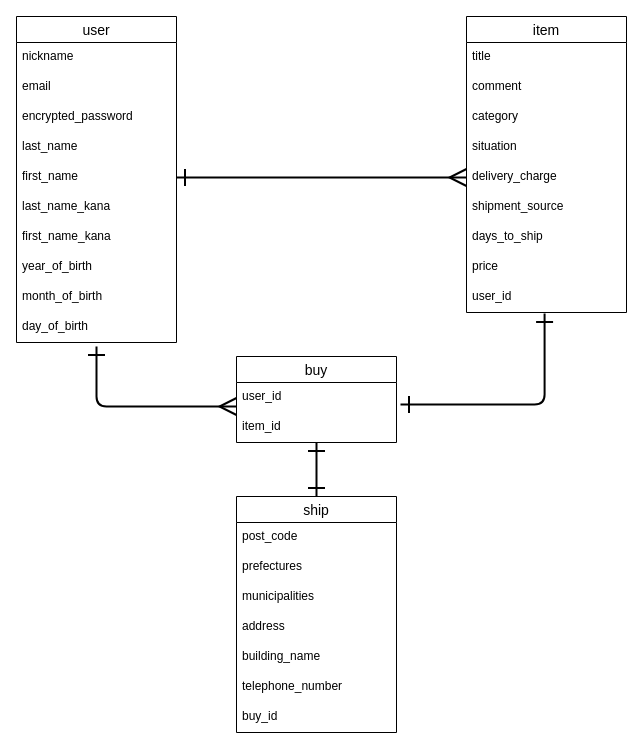
The draw.io diagram test.dio in murakami-m/furima-37299, before the edit. Source tidied: cells renumbered, new cells numbered last; positions are measured from the earlier drawing's top-left corner, leaving out a move shared by most shapes. Both pictures are drawn from the tidied source at 100%, with x=0, y=0 at pixel (16, 16).
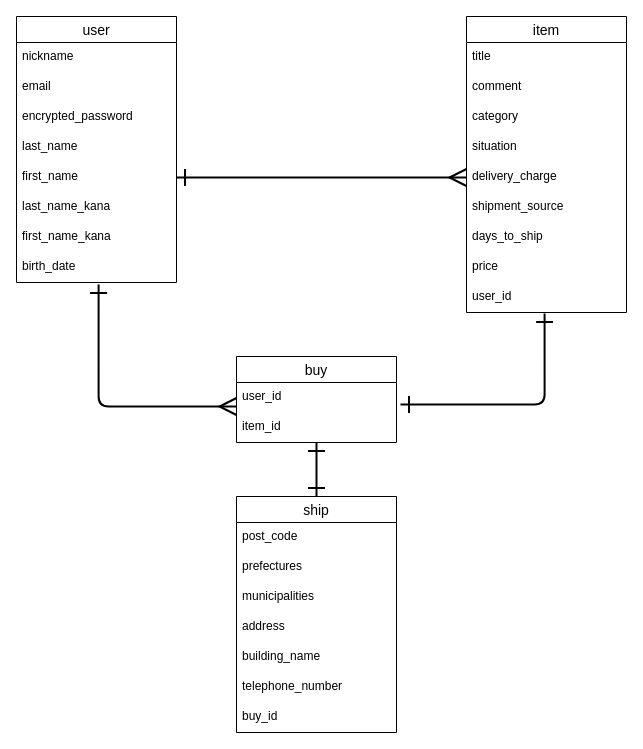
The same diagram, later.

Commit message (it also covers changes not shown here):
テーブル設計を修正

Change to the diagram source:
```diff
@@
     <mxCell id="2" value="user" style="swimlane;fontStyle=0;horizontal=1;startSize=26;align=center;fontSize=14;" parent="1" vertex="1">
-      <mxGeometry width="160" height="326" as="geometry" />
+      <mxGeometry width="160" height="266" as="geometry" />
     </mxCell>
@@
-    <mxCell id="10" value="year_of_birth" style="text;strokeColor=none;fillColor=none;spacingLeft=4;spacingRight=4;overflow=hidden;points=[[0,0.5],[1,0.5]];portConstraint=eastwest;fontSize=12;" parent="2" vertex="1">
+    <mxCell id="10" value="birth_date" style="text;strokeColor=none;fillColor=none;spacingLeft=4;spacingRight=4;overflow=hidden;points=[[0,0.5],[1,0.5]];portConstraint=eastwest;fontSize=12;" parent="2" vertex="1">
       <mxGeometry y="236" width="160" height="30" as="geometry" />
     </mxCell>
-    <mxCell id="11" value="month_of_birth" style="text;strokeColor=none;fillColor=none;spacingLeft=4;spacingRight=4;overflow=hidden;fontSize=12;" parent="2" vertex="1">
-      <mxGeometry y="266" width="160" height="30" as="geometry" />
-    </mxCell>
-    <mxCell id="12" value="day_of_birth" style="text;strokeColor=none;fillColor=none;spacingLeft=4;spacingRight=4;overflow=hidden;points=[[0,0.5],[1,0.5]];portConstraint=eastwest;fontSize=12;" parent="2" vertex="1">
-      <mxGeometry y="296" width="160" height="30" as="geometry" />
-    </mxCell>
@@
-    <mxCell id="35" style="fontSize=12;html=1;endArrow=ERmany;startArrow=ERone;startSize=14;endSize=14;strokeWidth=2;exitX=0.5;exitY=1.133;exitDx=0;exitDy=0;exitPerimeter=0;startFill=0;endFill=0;elbow=vertical;edgeStyle=orthogonalEdgeStyle;" parent="1" edge="1" source="12">
+    <mxCell id="35" style="fontSize=12;html=1;endArrow=ERmany;startArrow=ERone;startSize=14;endSize=14;strokeWidth=2;exitX=0.513;exitY=1.067;exitDx=0;exitDy=0;exitPerimeter=0;startFill=0;endFill=0;elbow=vertical;edgeStyle=orthogonalEdgeStyle;" parent="1" edge="1" source="10">
       <mxGeometry relative="1" as="geometry">
         <mxPoint x="220" y="390" as="targetPoint" />
         <Array as="points">
-          <mxPoint x="80" y="390" />
-          <mxPoint x="220" y="390" />
+          <mxPoint x="82" y="390" />
         </Array>
       </mxGeometry>
     </mxCell>
```
